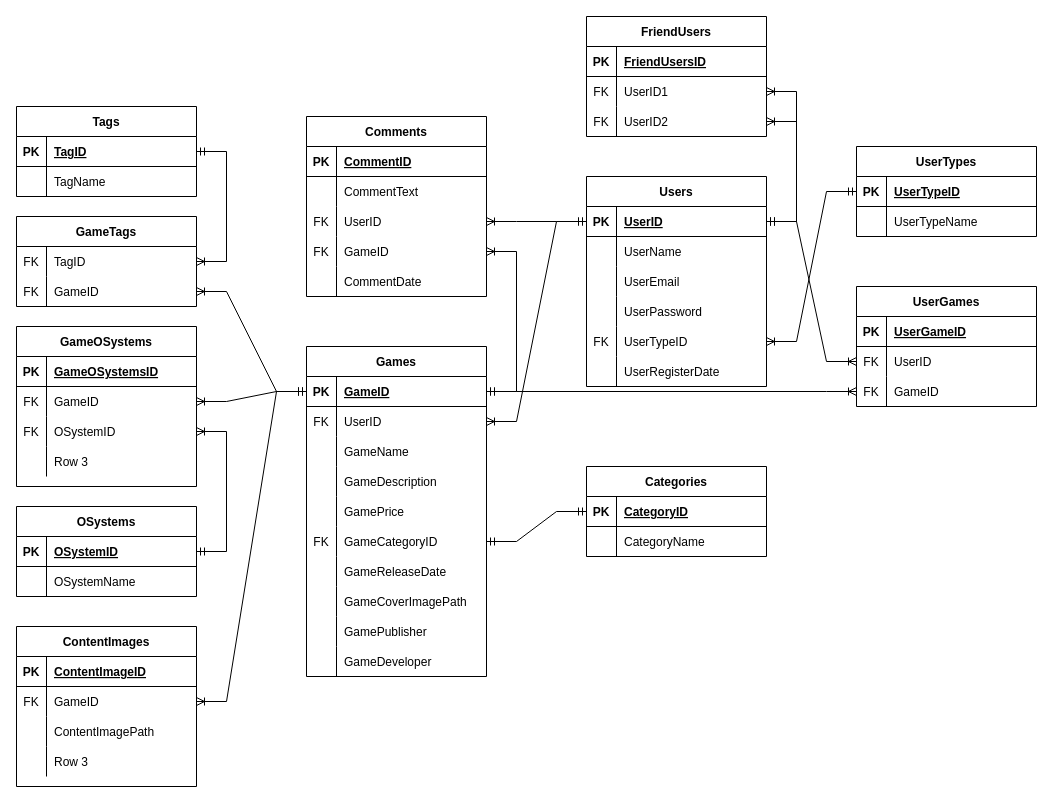
EmirLogas/GameStore keeps this draw.io diagram as GameStoreDB.drawio. Above is the earlier version. Source tidied: cells renumbered, new cells numbered last; positions are measured from the earlier drawing's top-left corner, leaving out a move shared by most shapes. Both pictures are drawn from the tidied source at 100%, with x=0, y=0 at pixel (16, 16).
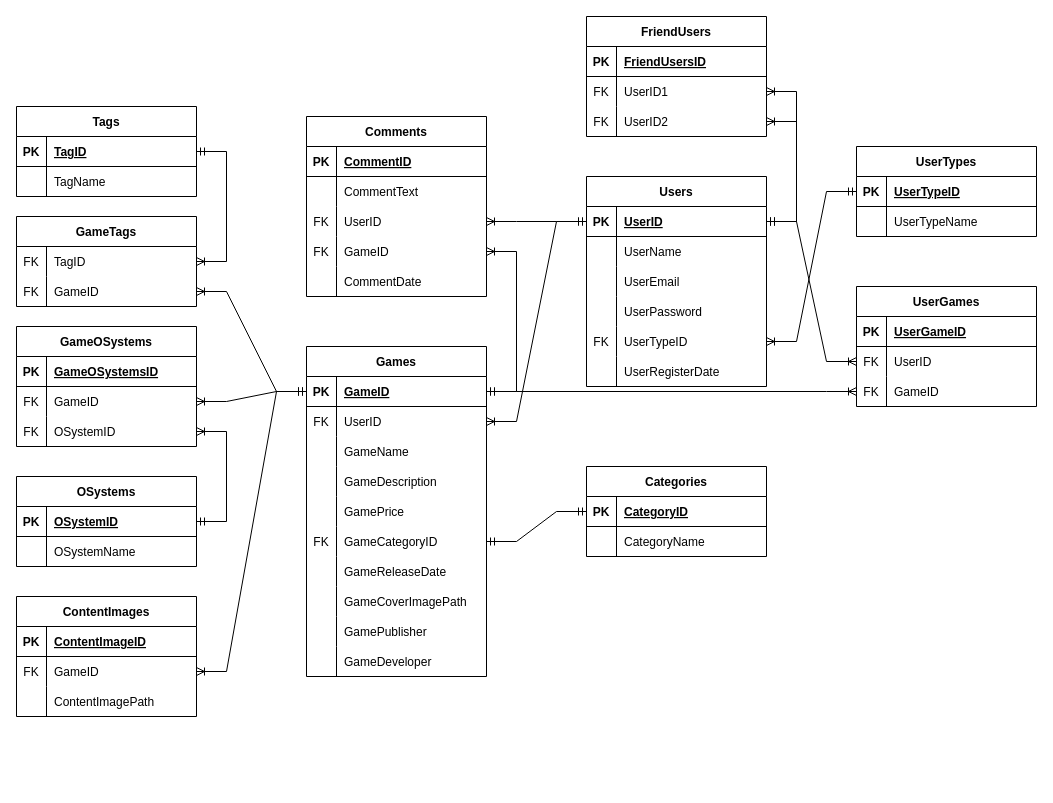
After the change.

What changed in the source:
```diff
@@
     <mxCell id="114" value="OSystems" style="shape=table;startSize=30;childLayout=tableLayout;rowLines=0;fontStyle=1;align=center;" parent="1" vertex="1">
-      <mxGeometry y="490" width="180" height="90" as="geometry" />
+      <mxGeometry y="460" width="180" height="90" as="geometry" />
     </mxCell>
@@
     <mxCell id="137" value="ContentImages" style="shape=table;startSize=30;childLayout=tableLayout;rowLines=0;fontStyle=1;align=center;" parent="1" vertex="1">
-      <mxGeometry y="610" width="180" height="160" as="geometry" />
+      <mxGeometry y="580" width="180" height="120" as="geometry" />
     </mxCell>
@@
-    <mxCell id="147" style="shape=tableRow;horizontal=0;startSize=0;swimlaneHead=0;swimlaneBody=0;fillColor=none;top=0;left=0;right=0;bottom=0;" parent="137" vertex="1">
-      <mxGeometry y="120" width="180" height="30" as="geometry" />
-    </mxCell>
-    <mxCell id="148" style="shape=partialRectangle;fillColor=none;top=0;left=0;bottom=0;right=0;overflow=hidden;" parent="147" vertex="1">
-      <mxGeometry width="30" height="30" as="geometry" />
-    </mxCell>
-    <mxCell id="149" value="Row 3" style="shape=partialRectangle;fillColor=none;top=0;left=0;bottom=0;right=0;align=left;spacingLeft=6;overflow=hidden;" parent="147" vertex="1">
-      <mxGeometry x="30" width="150" height="30" as="geometry" />
-    </mxCell>
     <mxCell id="150" value="GameOSystems" style="shape=table;startSize=30;childLayout=tableLayout;rowLines=0;fontStyle=1;align=center;" parent="1" vertex="1">
-      <mxGeometry y="310" width="180" height="160" as="geometry" />
+      <mxGeometry y="310" width="180" height="120" as="geometry" />
     </mxCell>
@@
-    <mxCell id="160" style="shape=tableRow;horizontal=0;startSize=0;swimlaneHead=0;swimlaneBody=0;fillColor=none;top=0;left=0;right=0;bottom=0;" parent="150" vertex="1">
-      <mxGeometry y="120" width="180" height="30" as="geometry" />
-    </mxCell>
-    <mxCell id="161" style="shape=partialRectangle;fillColor=none;top=0;left=0;bottom=0;right=0;overflow=hidden;" parent="160" vertex="1">
-      <mxGeometry width="30" height="30" as="geometry" />
-    </mxCell>
-    <mxCell id="162" value="Row 3" style="shape=partialRectangle;fillColor=none;top=0;left=0;bottom=0;right=0;align=left;spacingLeft=6;overflow=hidden;" parent="160" vertex="1">
-      <mxGeometry x="30" width="150" height="30" as="geometry" />
-    </mxCell>
```
